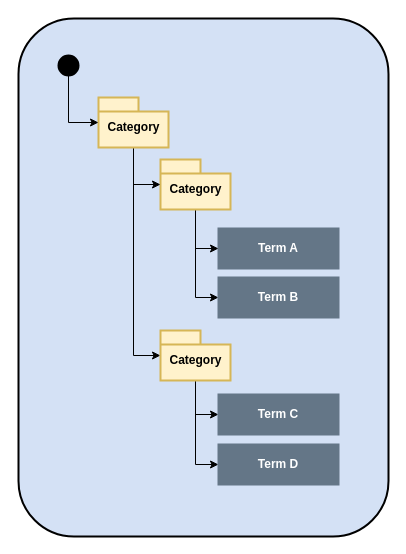
Before: page "Categorized Terms" (3 of 8) of site/docs/practices/common-data-definitions/semantic-knowledge-framework.drawio in odpi/egeria-docs, a draw.io diagram. Source tidied: cells renumbered, new cells numbered last; positions are measured from the earlier drawing's top-left corner, leaving out a move shared by most shapes. Both pictures are drawn from the tidied source at 100%, with x=0, y=0 at pixel (18, 18).
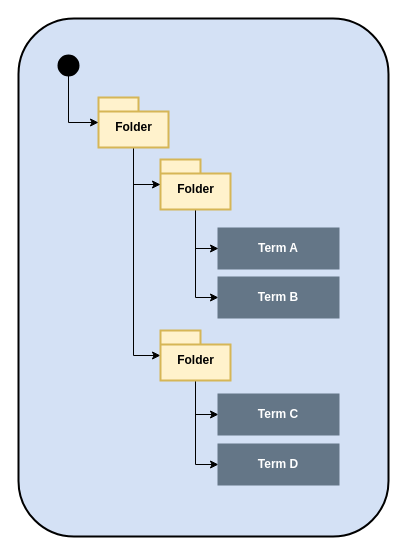
After the change.

What changed in the source:
```diff
@@
 <mxGraphModel background="#ffffff">
   <root>
     <mxCell id="0" />
     <mxCell id="1" parent="0" />
     <mxCell id="2" style="rounded=1;whiteSpace=wrap;html=1;strokeColor=#000000;strokeWidth=2;fillColor=#D4E1F5;gradientColor=none;align=center;" parent="1" vertex="1">
       <mxGeometry width="370" height="518" as="geometry" />
     </mxCell>
     <mxCell id="3" value="Term A" style="rounded=0;whiteSpace=wrap;html=1;strokeWidth=2;fillColor=#647687;strokeColor=#647687;fontStyle=1;fontColor=#ffffff;" parent="1" vertex="1">
       <mxGeometry x="200" y="210" width="120" height="40" as="geometry" />
     </mxCell>
     <mxCell id="4" style="edgeStyle=orthogonalEdgeStyle;rounded=0;html=1;exitX=0.5;exitY=1;entryX=0;entryY=0.5;jettySize=auto;" parent="1" edge="1" source="6" target="3">
       <mxGeometry relative="1" as="geometry" />
     </mxCell>
     <mxCell id="5" style="edgeStyle=orthogonalEdgeStyle;rounded=0;html=1;exitX=0.5;exitY=1;entryX=0;entryY=0.5;jettySize=auto;" parent="1" edge="1" source="6" target="13">
       <mxGeometry relative="1" as="geometry" />
     </mxCell>
-    <mxCell id="6" value="Category" style="shape=folder;fontStyle=1;spacingTop=10;tabWidth=40;tabHeight=14;tabPosition=left;html=1;strokeWidth=2;fillColor=#fff2cc;strokeColor=#d6b656;" parent="1" vertex="1">
+    <mxCell id="6" value="Folder" style="shape=folder;fontStyle=1;spacingTop=10;tabWidth=40;tabHeight=14;tabPosition=left;html=1;strokeWidth=2;fillColor=#fff2cc;strokeColor=#d6b656;" parent="1" vertex="1">
       <mxGeometry x="142" y="141" width="70" height="50" as="geometry" />
     </mxCell>
     <mxCell id="7" style="edgeStyle=orthogonalEdgeStyle;rounded=0;html=1;exitX=0.5;exitY=1;entryX=0;entryY=0.5;jettySize=auto;" parent="1" edge="1" source="9" target="6">
       <mxGeometry relative="1" as="geometry" />
     </mxCell>
     <mxCell id="8" style="edgeStyle=orthogonalEdgeStyle;rounded=0;html=1;exitX=0.5;exitY=1;entryX=0;entryY=0.5;jettySize=auto;" parent="1" edge="1" source="9" target="12">
       <mxGeometry relative="1" as="geometry" />
     </mxCell>
-    <mxCell id="9" value="Category" style="shape=folder;fontStyle=1;spacingTop=10;tabWidth=40;tabHeight=14;tabPosition=left;html=1;strokeWidth=2;fillColor=#fff2cc;strokeColor=#d6b656;" parent="1" vertex="1">
+    <mxCell id="9" value="Folder" style="shape=folder;fontStyle=1;spacingTop=10;tabWidth=40;tabHeight=14;tabPosition=left;html=1;strokeWidth=2;fillColor=#fff2cc;strokeColor=#d6b656;" parent="1" vertex="1">
       <mxGeometry x="80" y="79" width="70" height="50" as="geometry" />
     </mxCell>
     <mxCell id="10" style="edgeStyle=orthogonalEdgeStyle;rounded=0;html=1;exitX=0.5;exitY=1;entryX=0;entryY=0.5;jettySize=auto;" parent="1" edge="1" source="12" target="14">
       <mxGeometry relative="1" as="geometry" />
     </mxCell>
     <mxCell id="11" style="edgeStyle=orthogonalEdgeStyle;rounded=0;html=1;exitX=0.5;exitY=1;entryX=0;entryY=0.5;jettySize=auto;" parent="1" edge="1" source="12" target="15">
       <mxGeometry relative="1" as="geometry" />
     </mxCell>
-    <mxCell id="12" value="Category" style="shape=folder;fontStyle=1;spacingTop=10;tabWidth=40;tabHeight=14;tabPosition=left;html=1;strokeWidth=2;fillColor=#fff2cc;strokeColor=#d6b656;" parent="1" vertex="1">
+    <mxCell id="12" value="Folder" style="shape=folder;fontStyle=1;spacingTop=10;tabWidth=40;tabHeight=14;tabPosition=left;html=1;strokeWidth=2;fillColor=#fff2cc;strokeColor=#d6b656;" parent="1" vertex="1">
       <mxGeometry x="142" y="312" width="70" height="50" as="geometry" />
     </mxCell>
     <mxCell id="13" value="Term B" style="rounded=0;whiteSpace=wrap;html=1;strokeWidth=2;fillColor=#647687;strokeColor=#647687;fontStyle=1;fontColor=#ffffff;" parent="1" vertex="1">
       <mxGeometry x="200" y="259" width="120" height="40" as="geometry" />
     </mxCell>
     <mxCell id="14" value="Term C" style="rounded=0;whiteSpace=wrap;html=1;strokeWidth=2;fillColor=#647687;strokeColor=#647687;fontStyle=1;fontColor=#ffffff;" parent="1" vertex="1">
       <mxGeometry x="200" y="376" width="120" height="40" as="geometry" />
     </mxCell>
     <mxCell id="15" value="Term D" style="rounded=0;whiteSpace=wrap;html=1;strokeWidth=2;fillColor=#647687;strokeColor=#647687;fontStyle=1;fontColor=#ffffff;" parent="1" vertex="1">
       <mxGeometry x="200" y="426" width="120" height="40" as="geometry" />
     </mxCell>
     <mxCell id="16" style="edgeStyle=orthogonalEdgeStyle;rounded=0;html=1;exitX=0.5;exitY=1;entryX=0;entryY=0.5;jettySize=auto;" parent="1" edge="1" source="17" target="9">
       <mxGeometry relative="1" as="geometry" />
     </mxCell>
     <mxCell id="17" style="ellipse;whiteSpace=wrap;html=1;strokeColor=#000000;strokeWidth=2;fillColor=#000000;gradientColor=none;align=center;" parent="1" vertex="1">
       <mxGeometry x="40" y="37" width="20" height="20" as="geometry" />
     </mxCell>
   </root>
 </mxGraphModel>
```
